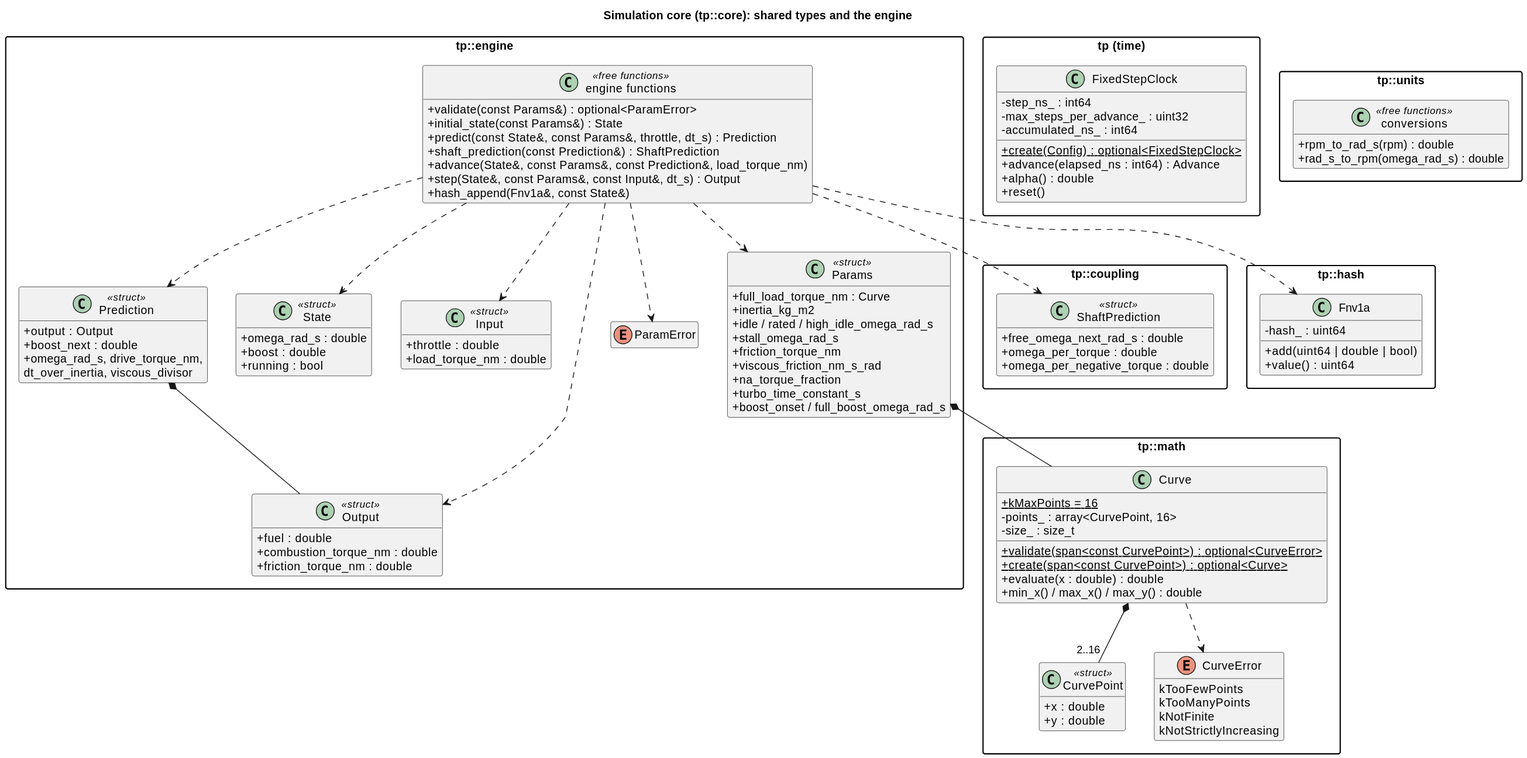
wversteeg/TractorPulling keeps this PlantUML diagram as docs/diagrams/svg/core_classes.svg. Above is the earlier version.
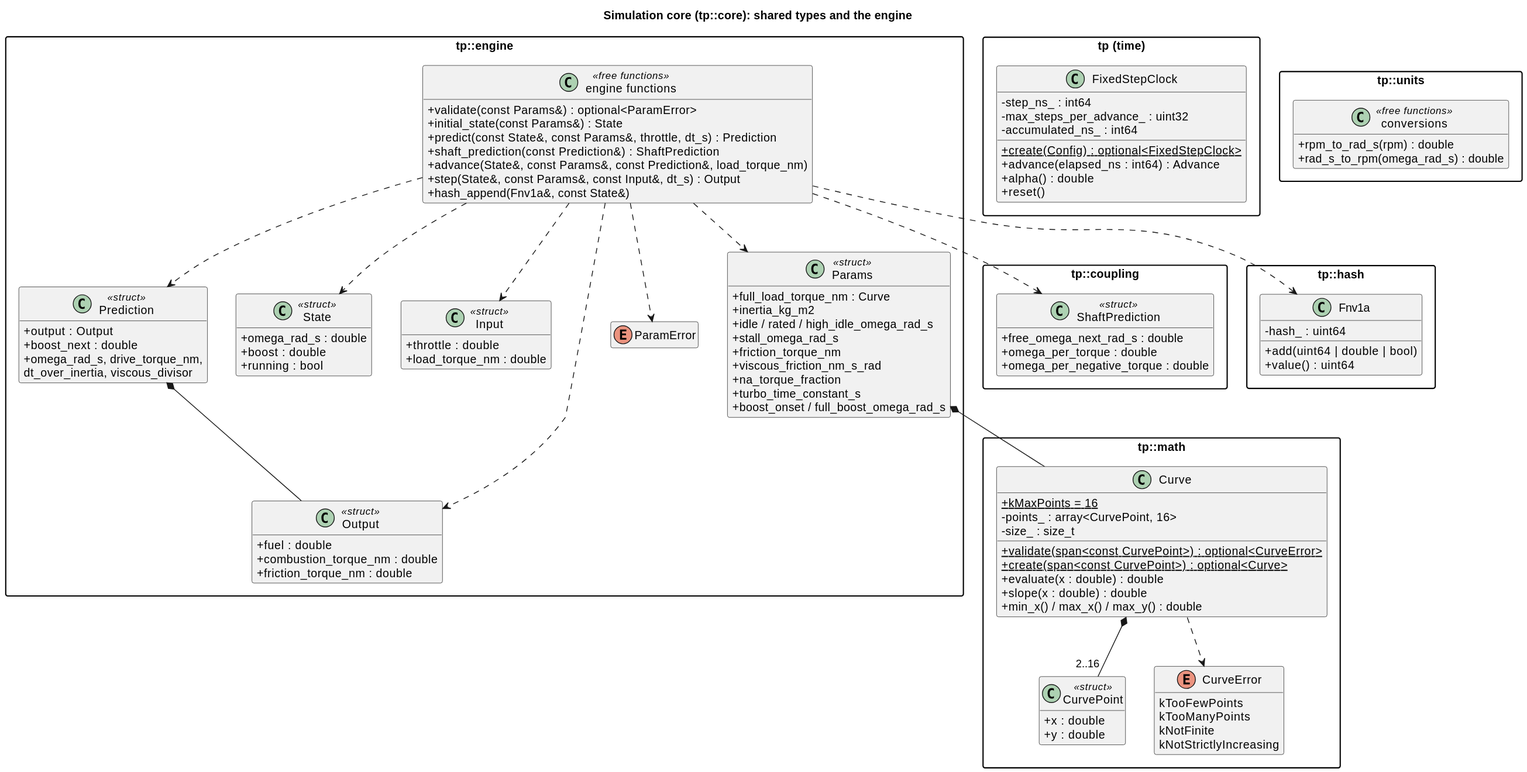
Later version of the same file.

Diff of the diagram source:
```diff
@@ -30,6 +30,7 @@
       +{static} validate(span<const CurvePoint>) : optional<CurveError>
       +{static} create(span<const CurvePoint>) : optional<Curve>
       +evaluate(x : double) : double
+      +slope(x : double) : double
       +min_x() / max_x() / max_y() : double
     }
     Curve *-- "2..16" CurvePoint
```
